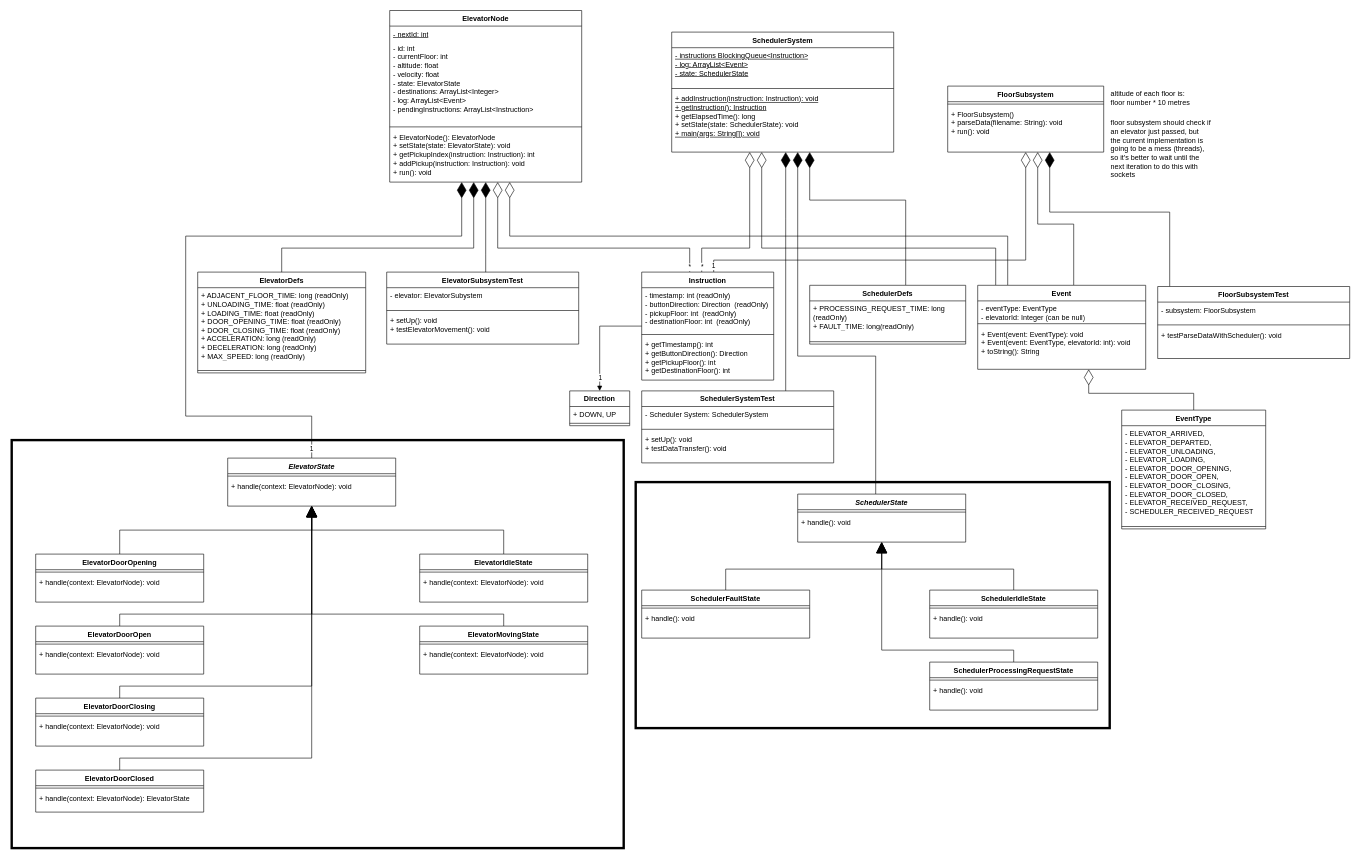
Before: docs/class-diagram/class-diagram.drawio in Nicerice96/3303---Elevator, a draw.io diagram. Source tidied: cells renumbered, new cells numbered last; positions are measured from the earlier drawing's top-left corner, leaving out a move shared by most shapes. Both pictures are drawn from the tidied source at 60%, with x=0, y=0 at pixel (11, 10).
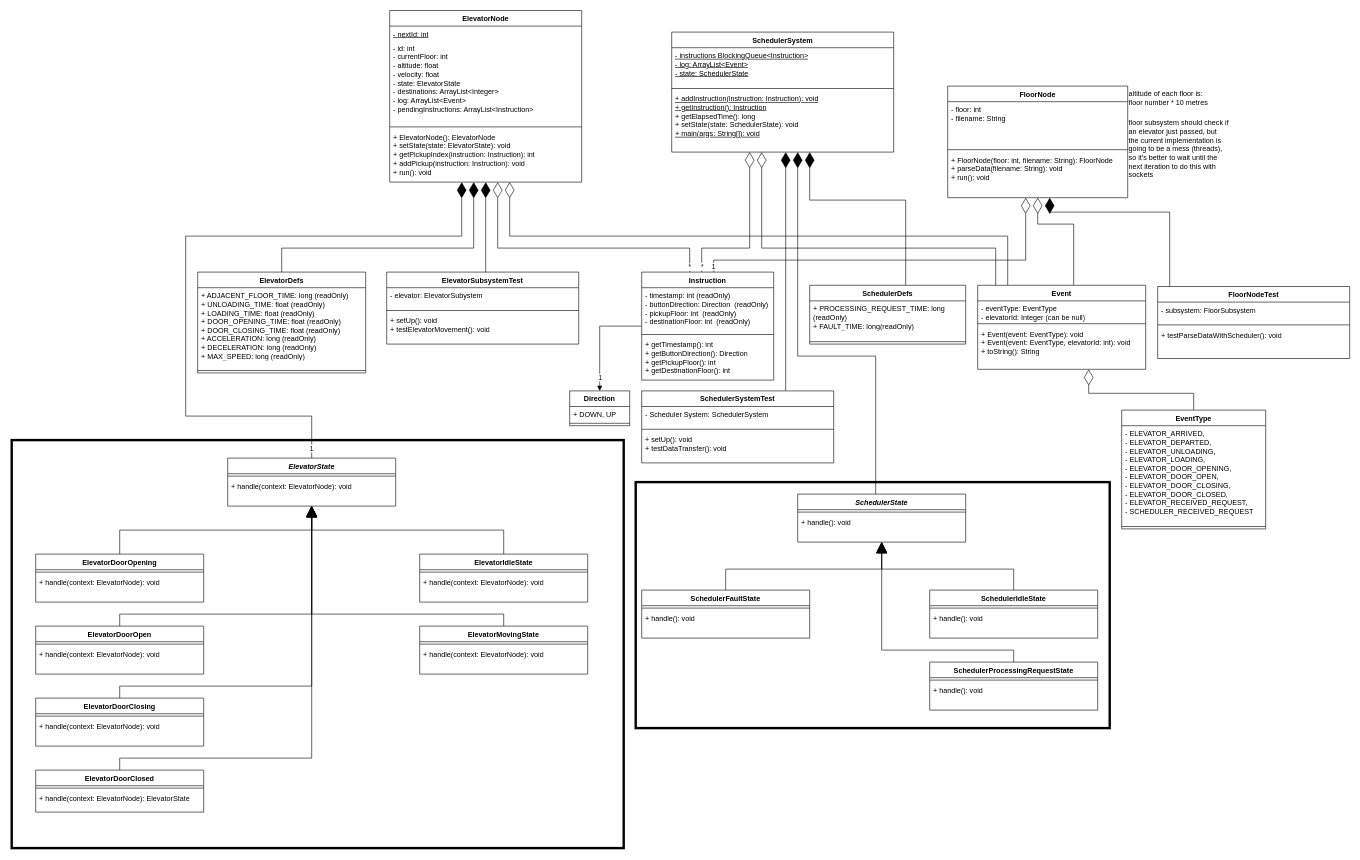
The same page after the edit.

The edit, as a diff of the source:
```diff
@@
-    <mxCell id="13" value="FloorSubsystem" style="swimlane;fontStyle=1;align=center;verticalAlign=top;horizontal=1;startSize=26;whiteSpace=wrap;html=1;" parent="1" vertex="1">
-      <mxGeometry x="1560" y="126" width="260" height="110" as="geometry" />
+    <mxCell id="13" value="FloorNode" style="swimlane;fontStyle=1;align=center;verticalAlign=top;horizontal=1;startSize=26;whiteSpace=wrap;html=1;" parent="1" vertex="1">
+      <mxGeometry x="1560" y="126" width="300" height="186" as="geometry" />
     </mxCell>
+    <mxCell id="112" value="- floor: int&lt;br&gt;- filename: String" style="text;strokeColor=none;fillColor=none;align=left;verticalAlign=top;spacingLeft=4;spacingRight=4;overflow=hidden;whiteSpace=wrap;html=1;" parent="13" vertex="1">
+      <mxGeometry y="26" width="300" height="76" as="geometry" />
+    </mxCell>
     <mxCell id="14" style="line;strokeWidth=1;fillColor=none;align=left;verticalAlign=middle;spacingTop=-1;spacingLeft=3;spacingRight=3;labelPosition=right;strokeColor=inherit;" parent="13" vertex="1">
-      <mxGeometry y="26" width="260" height="8" as="geometry" />
+      <mxGeometry y="102" width="300" height="8" as="geometry" />
     </mxCell>
-    <mxCell id="15" value="+ FloorSubsystem()&lt;br&gt;+ parseData(filename: String): void&lt;br&gt;+ run(): void" style="text;strokeColor=none;fillColor=none;align=left;verticalAlign=top;spacingLeft=4;spacingRight=4;overflow=hidden;whiteSpace=wrap;html=1;" parent="13" vertex="1">
-      <mxGeometry y="34" width="260" height="76" as="geometry" />
+    <mxCell id="15" value="+&amp;nbsp;FloorNode(floor: int, filename: String): FloorNode&lt;br&gt;+ parseData(filename: String): void&lt;br&gt;+ run(): void" style="text;strokeColor=none;fillColor=none;align=left;verticalAlign=top;spacingLeft=4;spacingRight=4;overflow=hidden;whiteSpace=wrap;html=1;" parent="13" vertex="1">
+      <mxGeometry y="110" width="300" height="76" as="geometry" />
     </mxCell>
@@
-    <mxCell id="21" value="FloorSubsystemTest" style="swimlane;fontStyle=1;align=center;verticalAlign=top;horizontal=1;startSize=26;whiteSpace=wrap;html=1;" parent="1" vertex="1">
+    <mxCell id="21" value="FloorNodeTest" style="swimlane;fontStyle=1;align=center;verticalAlign=top;horizontal=1;startSize=26;whiteSpace=wrap;html=1;" parent="1" vertex="1">
       <mxGeometry x="1910" y="460" width="320" height="120" as="geometry" />
     </mxCell>
@@
     <mxCell id="87" value="altitude of each floor is:&lt;br&gt;floor number * 10 metres" style="text;html=1;align=left;verticalAlign=middle;strokeColor=none;fillColor=none;" parent="1" vertex="1">
-      <mxGeometry x="1830" y="126" width="160" height="40" as="geometry" />
+      <mxGeometry x="1860" y="126" width="160" height="40" as="geometry" />
     </mxCell>
     <mxCell id="88" value="floor subsystem should check if&lt;br&gt;an elevator just passed, but&lt;br&gt;the current implementation is&lt;br&gt;going to be a mess (threads),&lt;br&gt;so it's&amp;nbsp;better to wait until the&lt;br&gt;next iteration to do this with&lt;br&gt;sockets" style="text;html=1;align=left;verticalAlign=middle;strokeColor=none;fillColor=none;" parent="1" vertex="1">
-      <mxGeometry x="1830" y="176" width="190" height="110" as="geometry" />
+      <mxGeometry x="1860" y="176" width="190" height="110" as="geometry" />
     </mxCell>
```
